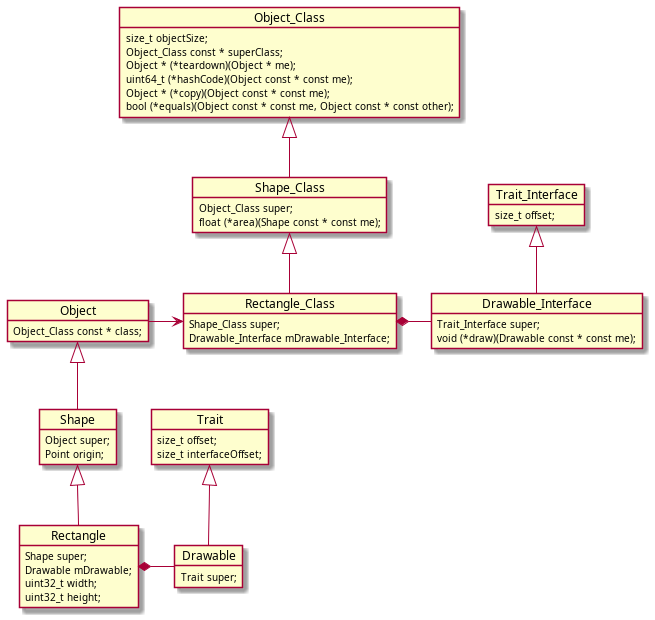
Above: docs/media/diag-rectangle-class-example.png in alexmarincu/Cbject (PlantUML), before the change. Source of this version:
```plantuml
@startuml
object Rectangle {
    Shape super;
    Drawable mDrawable;
    uint32_t width;
    uint32_t height;
}
object Shape {
    Object super;
    Point origin;
}
object Drawable {
    Trait super;
}
object Drawable_Interface {
    Trait_Interface super;
    void (*draw)(Drawable const * const me);
}
object Trait {
    size_t offset;
    size_t interfaceOffset;
}
object Rectangle_Class {
    Shape_Class super;
    Drawable_Interface mDrawable_Interface;
}
object Trait_Interface {
    size_t offset;
}
object Object {
    Object_Class const * class;
}
object Shape_Class {
    Object_Class super;
    float (*area)(Shape const * const me);
}
object Object_Class {
    size_t objectSize;
    Object_Class const * superClass;
    Object * (*teardown)(Object * me);
    uint64_t (*hashCode)(Object const * const me);
    Object * (*copy)(Object const * const me);
    bool (*equals)(Object const * const me, Object const * const other);
}
Rectangle -u-|> Shape
Rectangle *-r- Drawable
Rectangle_Class *-r- Drawable_Interface
Drawable -u-|> Trait
Drawable_Interface -u-|> Trait_Interface
Rectangle_Class -u-|> Shape_Class
Shape -u-|> Object
Object -r-> Rectangle_Class
Shape_Class -u-|> Object_Class
@enduml
```
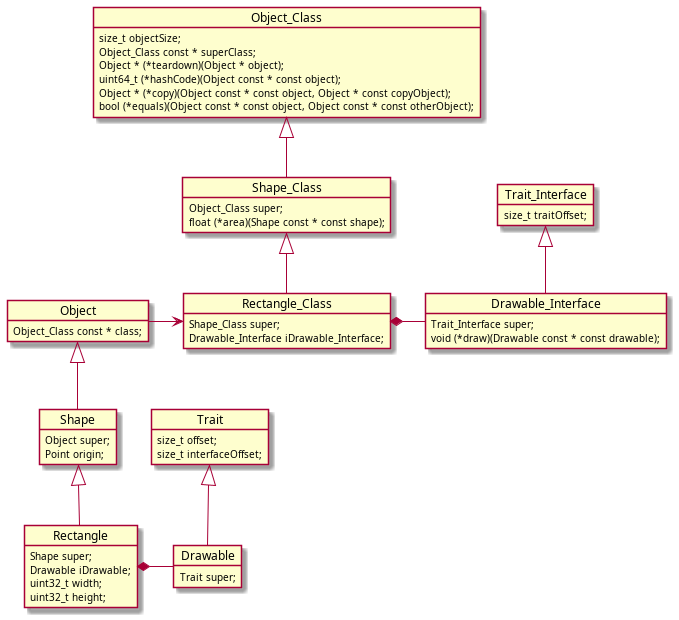
Above is the later version.

Commit message:
Add PlantUML objects  near the code and insert them in diagrams with include directive

Change to the diagram source:
```diff
@@ -1,7 +1,7 @@
 @startuml
 object Rectangle {
     Shape super;
-    Drawable mDrawable;
+    Drawable iDrawable;
     uint32_t width;
     uint32_t height;
 }
@@ -14,7 +14,7 @@
 }
 object Drawable_Interface {
     Trait_Interface super;
-    void (*draw)(Drawable const * const me);
+    void (*draw)(Drawable const * const drawable);
 }
 object Trait {
     size_t offset;
@@ -22,25 +22,25 @@
 }
 object Rectangle_Class {
     Shape_Class super;
-    Drawable_Interface mDrawable_Interface;
+    Drawable_Interface iDrawable_Interface;
 }
 object Trait_Interface {
-    size_t offset;
+    size_t traitOffset;
 }
 object Object {
     Object_Class const * class;
 }
 object Shape_Class {
     Object_Class super;
-    float (*area)(Shape const * const me);
+    float (*area)(Shape const * const shape);
 }
 object Object_Class {
     size_t objectSize;
     Object_Class const * superClass;
-    Object * (*teardown)(Object * me);
-    uint64_t (*hashCode)(Object const * const me);
-    Object * (*copy)(Object const * const me);
-    bool (*equals)(Object const * const me, Object const * const other);
+    Object * (*teardown)(Object * object);
+    uint64_t (*hashCode)(Object const * const object);
+    Object * (*copy)(Object const * const object, Object * const copyObject);
+    bool (*equals)(Object const * const object, Object const * const otherObject);
 }
 Rectangle -u-|> Shape
 Rectangle *-r- Drawable
```
